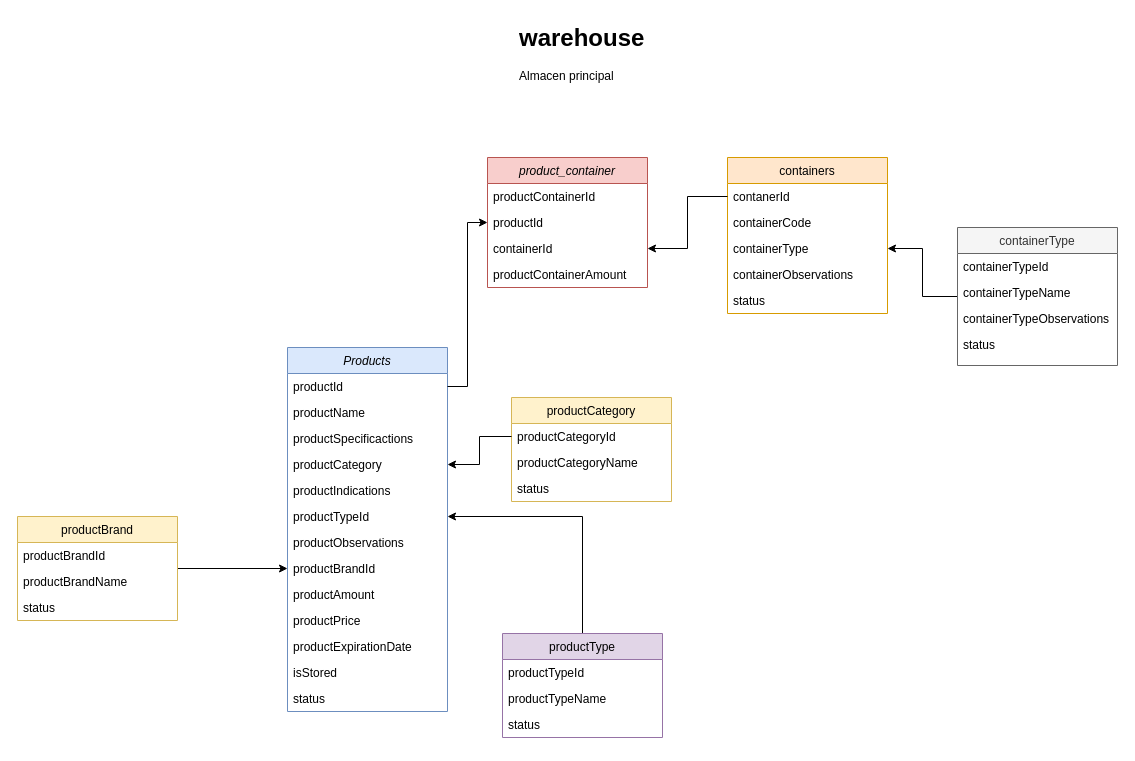
The draw.io diagram pharmacy.drawio in CarlosMayo1/pharmacy, before the edit. Source tidied: cells renumbered, new cells numbered last; positions are measured from the earlier drawing's top-left corner, leaving out a move shared by most shapes. Both pictures are drawn from the tidied source at 100%, with x=0, y=0 at pixel (17, 17).
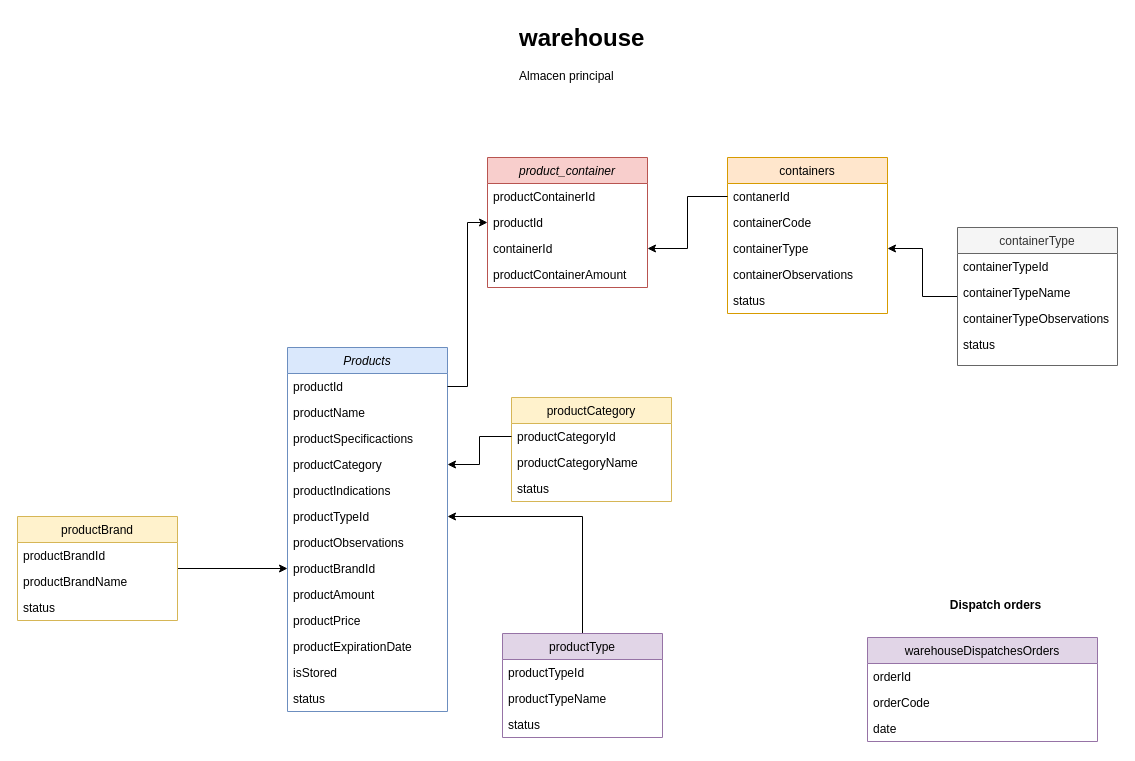
The same diagram, later.

The edit, as a diff of the source:
```diff
@@
+    <mxCell id="51" value="warehouseDispatchesOrders" style="swimlane;fontStyle=0;align=center;verticalAlign=top;horizontal=1;startSize=26;rounded=0;shadow=0;strokeWidth=1;fillColor=#e1d5e7;strokeColor=#9673a6;" parent="1" vertex="1">
+      <mxGeometry x="850" y="620" width="230" height="104" as="geometry" />
+    </mxCell>
+    <mxCell id="52" value="orderId" style="text;align=left;verticalAlign=top;spacingLeft=4;spacingRight=4;overflow=hidden;" parent="51" vertex="1">
+      <mxGeometry y="26" width="230" height="26" as="geometry" />
+    </mxCell>
+    <mxCell id="53" value="orderCode" style="text;align=left;verticalAlign=top;spacingLeft=4;spacingRight=4;overflow=hidden;" parent="51" vertex="1">
+      <mxGeometry y="52" width="230" height="26" as="geometry" />
+    </mxCell>
+    <mxCell id="54" value="date" style="text;align=left;verticalAlign=top;spacingLeft=4;spacingRight=4;overflow=hidden;" parent="51" vertex="1">
+      <mxGeometry y="78" width="230" height="26" as="geometry" />
+    </mxCell>
+    <mxCell id="55" value="&lt;b&gt;Dispatch orders&lt;/b&gt;" style="text;html=1;align=center;verticalAlign=middle;whiteSpace=wrap;rounded=0;" parent="1" vertex="1">
+      <mxGeometry x="927" y="573" width="103" height="30" as="geometry" />
+    </mxCell>
```
